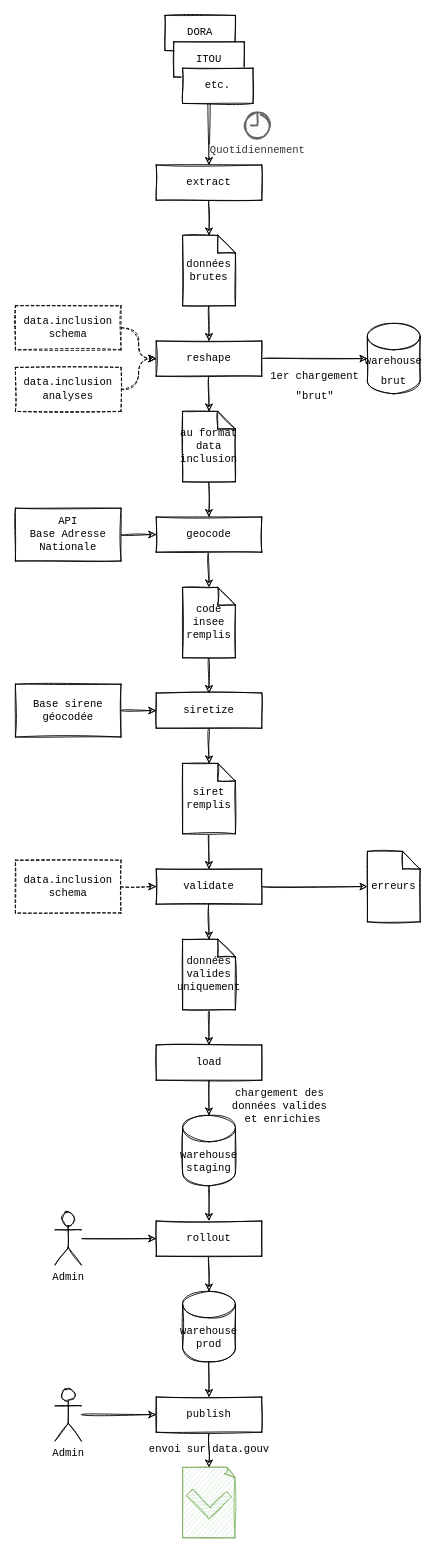
gip-inclusion/data-inclusion keeps this draw.io diagram as page "pipeline" (5 of 7) of docs/img/data-inclusion.drawio. Above is the earlier version. Source tidied: cells renumbered, new cells numbered last; positions are measured from the earlier drawing's top-left corner, leaving out a move shared by most shapes. Both pictures are drawn from the tidied source at 88%, with x=0, y=0 at pixel (15, 15).
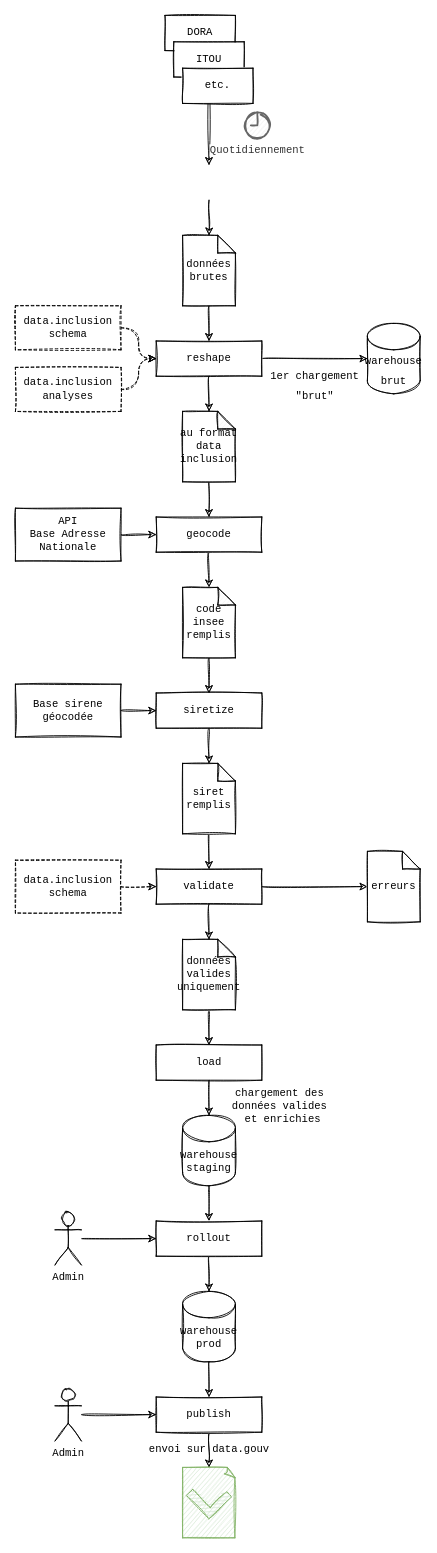
After the change.

Unchanged cells that the change refers to:
```xml
<mxCell id="18" value="données&lt;br&gt;brutes" style="shape=note;whiteSpace=wrap;html=1;backgroundOutline=1;darkOpacity=0.05;sketch=1;fontFamily=Courier New;size=20;" parent="1" vertex="1">
  <mxGeometry x="190" y="250" width="60" height="80" as="geometry" />
</mxCell>
<mxCell id="32" value="ITOU" style="rounded=0;whiteSpace=wrap;html=1;sketch=1;fontFamily=Courier New;" parent="1" vertex="1">
  <mxGeometry x="180" y="30" width="80" height="40" as="geometry" />
</mxCell>
```

The edit, as a diff of the source:
```diff
@@
-    <mxCell id="28" style="edgeStyle=orthogonalEdgeStyle;curved=1;rounded=0;sketch=1;jettySize=auto;html=1;fontFamily=Courier New;" parent="1" edge="1" source="29" target="18">
-      <mxGeometry relative="1" as="geometry" />
+    <mxCell id="28" style="edgeStyle=orthogonalEdgeStyle;curved=1;rounded=0;sketch=1;jettySize=auto;html=1;fontFamily=Courier New;" parent="1" edge="1" target="18">
+      <mxGeometry relative="1" as="geometry">
+        <mxPoint x="220" y="210" as="sourcePoint" />
+      </mxGeometry>
     </mxCell>
-    <mxCell id="29" value="extract" style="rounded=0;whiteSpace=wrap;html=1;sketch=1;fontFamily=Courier New;" parent="1" vertex="1">
-      <mxGeometry x="160" y="170" width="120" height="40" as="geometry" />
-    </mxCell>
@@
-    <mxCell id="31" style="edgeStyle=orthogonalEdgeStyle;curved=1;rounded=0;sketch=1;jettySize=auto;html=1;fontFamily=Courier New;" parent="1" edge="1" source="32" target="29">
-      <mxGeometry relative="1" as="geometry" />
+    <mxCell id="31" style="edgeStyle=orthogonalEdgeStyle;curved=1;rounded=0;sketch=1;jettySize=auto;html=1;fontFamily=Courier New;" parent="1" edge="1" source="32">
+      <mxGeometry relative="1" as="geometry">
+        <mxPoint x="220" y="170" as="targetPoint" />
+      </mxGeometry>
     </mxCell>
```
